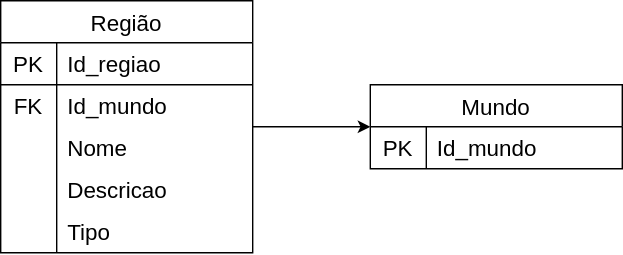
Above: docs/modulo_01/MER.drawio.svg in SBD1/2024.2-D-D-classico (draw.io), before the change. Source tidied: cells renumbered, new cells last; positions are measured from the earlier drawing's top-left corner, leaving out a move shared by most shapes. Its diagram source:
```xml
<mxGraphModel>
  <root>
    <mxCell id="0" />
    <mxCell id="1" parent="0" />
    <mxCell id="2" style="edgeStyle=orthogonalEdgeStyle;rounded=0;jettySize=auto;html=1;" parent="1" edge="1" source="7" target="3">
      <mxGeometry relative="1" as="geometry" />
    </mxCell>
    <mxCell id="3" value="Mundo" style="shape=table;startSize=30;rowLines=0;fontStyle=0;strokeColor=default;fontSize=16;" parent="1" vertex="1">
      <mxGeometry x="264" y="60" width="180" height="60" as="geometry" />
    </mxCell>
    <mxCell id="4" style="shape=tableRow;horizontal=0;startSize=0;swimlaneHead=0;swimlaneBody=0;top=0;left=0;bottom=0;right=0;fillColor=none;strokeColor=inherit;fontSize=16;" parent="3" vertex="1">
      <mxGeometry y="30" width="180" height="30" as="geometry" />
    </mxCell>
    <mxCell id="5" value="PK" style="shape=partialRectangle;html=1;whiteSpace=wrap;fillColor=none;top=0;left=0;bottom=0;right=0;overflow=hidden;strokeColor=inherit;fontSize=16;" parent="4" vertex="1">
      <mxGeometry width="40" height="30" as="geometry" />
    </mxCell>
    <mxCell id="6" value="Id_mundo" style="shape=partialRectangle;html=1;whiteSpace=wrap;fillColor=none;top=0;left=0;bottom=0;right=0;align=left;spacingLeft=6;overflow=hidden;strokeColor=inherit;fontSize=16;" parent="4" vertex="1">
      <mxGeometry x="40" width="140" height="30" as="geometry" />
    </mxCell>
    <mxCell id="7" value="Região" style="shape=table;startSize=30;rowLines=0;fontStyle=0;strokeColor=default;fontSize=16;" parent="1" vertex="1">
      <mxGeometry width="180" height="180" as="geometry" />
    </mxCell>
    <mxCell id="8" style="shape=tableRow;horizontal=0;startSize=0;swimlaneHead=0;swimlaneBody=0;top=0;left=0;bottom=0;right=0;fillColor=none;strokeColor=inherit;fontSize=16;" parent="7" vertex="1">
      <mxGeometry y="30" width="180" height="30" as="geometry" />
    </mxCell>
    <mxCell id="9" value="PK" style="shape=partialRectangle;html=1;whiteSpace=wrap;fillColor=none;top=0;left=0;bottom=0;right=0;overflow=hidden;strokeColor=default;fontSize=16;perimeterSpacing=1;" parent="8" vertex="1">
      <mxGeometry width="40" height="30" as="geometry" />
    </mxCell>
    <mxCell id="10" value="Id_regiao" style="shape=partialRectangle;html=1;whiteSpace=wrap;fillColor=none;top=0;left=0;bottom=0;right=0;align=left;spacingLeft=6;overflow=hidden;strokeColor=default;fontSize=16;perimeterSpacing=1;" parent="8" vertex="1">
      <mxGeometry x="40" width="140" height="30" as="geometry" />
    </mxCell>
    <mxCell id="11" style="shape=tableRow;horizontal=0;startSize=0;swimlaneHead=0;swimlaneBody=0;top=0;left=0;bottom=0;right=0;fillColor=none;strokeColor=inherit;fontSize=16;" parent="7" vertex="1">
      <mxGeometry y="60" width="180" height="30" as="geometry" />
    </mxCell>
    <mxCell id="12" value="FK" style="shape=partialRectangle;html=1;whiteSpace=wrap;fillColor=none;top=0;left=0;bottom=0;right=0;overflow=hidden;strokeColor=inherit;fontSize=16;" parent="11" vertex="1">
      <mxGeometry width="40" height="30" as="geometry" />
    </mxCell>
    <mxCell id="13" value="Id_mundo" style="shape=partialRectangle;html=1;whiteSpace=wrap;fillColor=none;top=0;left=0;bottom=0;right=0;align=left;spacingLeft=6;overflow=hidden;strokeColor=inherit;fontSize=16;" parent="11" vertex="1">
      <mxGeometry x="40" width="140" height="30" as="geometry" />
    </mxCell>
    <mxCell id="14" style="shape=tableRow;horizontal=0;startSize=0;swimlaneHead=0;swimlaneBody=0;top=0;left=0;bottom=0;right=0;fillColor=none;strokeColor=inherit;fontSize=16;" parent="7" vertex="1">
      <mxGeometry y="90" width="180" height="30" as="geometry" />
    </mxCell>
    <mxCell id="15" style="shape=partialRectangle;html=1;whiteSpace=wrap;fillColor=none;top=0;left=0;bottom=0;right=0;overflow=hidden;strokeColor=inherit;fontSize=16;" parent="14" vertex="1">
      <mxGeometry width="40" height="30" as="geometry" />
    </mxCell>
    <mxCell id="16" value="Nome" style="shape=partialRectangle;html=1;whiteSpace=wrap;fillColor=none;top=0;left=0;bottom=0;right=0;align=left;spacingLeft=6;overflow=hidden;strokeColor=inherit;fontSize=16;" parent="14" vertex="1">
      <mxGeometry x="40" width="140" height="30" as="geometry" />
    </mxCell>
    <mxCell id="17" style="shape=tableRow;horizontal=0;startSize=0;swimlaneHead=0;swimlaneBody=0;top=0;left=0;bottom=0;right=0;fillColor=none;strokeColor=inherit;fontSize=16;" parent="7" vertex="1">
      <mxGeometry y="120" width="180" height="30" as="geometry" />
    </mxCell>
    <mxCell id="18" style="shape=partialRectangle;html=1;whiteSpace=wrap;fillColor=none;top=0;left=0;bottom=0;right=0;overflow=hidden;strokeColor=inherit;fontSize=16;" parent="17" vertex="1">
      <mxGeometry width="40" height="30" as="geometry" />
    </mxCell>
    <mxCell id="19" value="Descricao" style="shape=partialRectangle;html=1;whiteSpace=wrap;fillColor=none;top=0;left=0;bottom=0;right=0;align=left;spacingLeft=6;overflow=hidden;strokeColor=inherit;fontSize=16;" parent="17" vertex="1">
      <mxGeometry x="40" width="140" height="30" as="geometry" />
    </mxCell>
    <mxCell id="20" style="shape=tableRow;horizontal=0;startSize=0;swimlaneHead=0;swimlaneBody=0;top=0;left=0;bottom=0;right=0;fillColor=none;strokeColor=inherit;fontSize=16;" parent="7" vertex="1">
      <mxGeometry y="150" width="180" height="30" as="geometry" />
    </mxCell>
    <mxCell id="21" style="shape=partialRectangle;html=1;whiteSpace=wrap;fillColor=none;top=0;left=0;bottom=0;right=0;overflow=hidden;strokeColor=inherit;fontSize=16;" parent="20" vertex="1">
      <mxGeometry width="40" height="30" as="geometry" />
    </mxCell>
    <mxCell id="22" value="Tipo" style="shape=partialRectangle;html=1;whiteSpace=wrap;fillColor=none;top=0;left=0;bottom=0;right=0;align=left;spacingLeft=6;overflow=hidden;strokeColor=inherit;fontSize=16;" parent="20" vertex="1">
      <mxGeometry x="40" width="140" height="30" as="geometry" />
    </mxCell>
    <mxCell id="23" style="line;strokeWidth=1;html=1;" parent="1" vertex="1">
      <mxGeometry y="55" width="180" height="10" as="geometry" />
    </mxCell>
  </root>
</mxGraphModel>
```
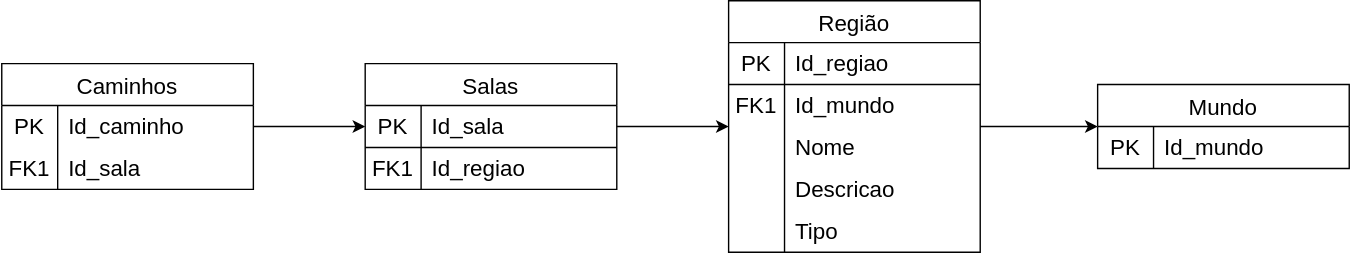
After the commit.

Commit message:
Adiciona tabelas do mundo ao MER.drawio.svg

Change to the diagram source:
```diff
@@ -17,6 +17,9 @@
     <mxCell id="6" value="Id_mundo" style="shape=partialRectangle;html=1;whiteSpace=wrap;fillColor=none;top=0;left=0;bottom=0;right=0;align=left;spacingLeft=6;overflow=hidden;strokeColor=inherit;fontSize=16;" parent="4" vertex="1">
       <mxGeometry x="40" width="140" height="30" as="geometry" />
     </mxCell>
+    <mxCell id="24" style="edgeStyle=orthogonalEdgeStyle;rounded=0;jettySize=auto;html=1;" parent="1" edge="1" source="26" target="7">
+      <mxGeometry relative="1" as="geometry" />
+    </mxCell>
     <mxCell id="7" value="Região" style="shape=table;startSize=30;rowLines=0;fontStyle=0;strokeColor=default;fontSize=16;" parent="1" vertex="1">
       <mxGeometry width="180" height="180" as="geometry" />
     </mxCell>
@@ -32,7 +35,7 @@
     <mxCell id="11" style="shape=tableRow;horizontal=0;startSize=0;swimlaneHead=0;swimlaneBody=0;top=0;left=0;bottom=0;right=0;fillColor=none;strokeColor=inherit;fontSize=16;" parent="7" vertex="1">
       <mxGeometry y="60" width="180" height="30" as="geometry" />
     </mxCell>
-    <mxCell id="12" value="FK" style="shape=partialRectangle;html=1;whiteSpace=wrap;fillColor=none;top=0;left=0;bottom=0;right=0;overflow=hidden;strokeColor=inherit;fontSize=16;" parent="11" vertex="1">
+    <mxCell id="12" value="FK1" style="shape=partialRectangle;html=1;whiteSpace=wrap;fillColor=none;top=0;left=0;bottom=0;right=0;overflow=hidden;strokeColor=inherit;fontSize=16;" parent="11" vertex="1">
       <mxGeometry width="40" height="30" as="geometry" />
     </mxCell>
     <mxCell id="13" value="Id_mundo" style="shape=partialRectangle;html=1;whiteSpace=wrap;fillColor=none;top=0;left=0;bottom=0;right=0;align=left;spacingLeft=6;overflow=hidden;strokeColor=inherit;fontSize=16;" parent="11" vertex="1">
@@ -68,5 +71,53 @@
     <mxCell id="23" style="line;strokeWidth=1;html=1;" parent="1" vertex="1">
       <mxGeometry y="55" width="180" height="10" as="geometry" />
     </mxCell>
+    <mxCell id="25" style="edgeStyle=orthogonalEdgeStyle;rounded=0;jettySize=auto;html=1;" parent="1" edge="1" source="34" target="26">
+      <mxGeometry relative="1" as="geometry" />
+    </mxCell>
+    <mxCell id="26" value="Salas" style="shape=table;startSize=30;rowLines=0;fontStyle=0;strokeColor=default;fontSize=16;" parent="1" vertex="1">
+      <mxGeometry x="-260" y="45" width="180" height="90" as="geometry" />
+    </mxCell>
+    <mxCell id="27" style="shape=tableRow;horizontal=0;startSize=0;swimlaneHead=0;swimlaneBody=0;top=0;left=0;bottom=0;right=0;fillColor=none;strokeColor=inherit;fontSize=16;" parent="26" vertex="1">
+      <mxGeometry y="30" width="180" height="30" as="geometry" />
+    </mxCell>
+    <mxCell id="28" value="PK" style="shape=partialRectangle;html=1;whiteSpace=wrap;fillColor=none;top=0;left=0;bottom=0;right=0;overflow=hidden;strokeColor=default;fontSize=16;perimeterSpacing=1;" parent="27" vertex="1">
+      <mxGeometry width="40" height="30" as="geometry" />
+    </mxCell>
+    <mxCell id="29" value="Id_sala" style="shape=partialRectangle;html=1;whiteSpace=wrap;fillColor=none;top=0;left=0;bottom=0;right=0;align=left;spacingLeft=6;overflow=hidden;strokeColor=default;fontSize=16;perimeterSpacing=1;" parent="27" vertex="1">
+      <mxGeometry x="40" width="140" height="30" as="geometry" />
+    </mxCell>
+    <mxCell id="30" style="shape=tableRow;horizontal=0;startSize=0;swimlaneHead=0;swimlaneBody=0;top=0;left=0;bottom=0;right=0;fillColor=none;strokeColor=inherit;fontSize=16;" parent="26" vertex="1">
+      <mxGeometry y="60" width="180" height="30" as="geometry" />
+    </mxCell>
+    <mxCell id="31" value="FK1" style="shape=partialRectangle;html=1;whiteSpace=wrap;fillColor=none;top=0;left=0;bottom=0;right=0;overflow=hidden;strokeColor=inherit;fontSize=16;" parent="30" vertex="1">
+      <mxGeometry width="40" height="30" as="geometry" />
+    </mxCell>
+    <mxCell id="32" value="Id_regiao" style="shape=partialRectangle;html=1;whiteSpace=wrap;fillColor=none;top=0;left=0;bottom=0;right=0;align=left;spacingLeft=6;overflow=hidden;strokeColor=inherit;fontSize=16;" parent="30" vertex="1">
+      <mxGeometry x="40" width="140" height="30" as="geometry" />
+    </mxCell>
+    <mxCell id="33" style="line;strokeWidth=1;html=1;" parent="1" vertex="1">
+      <mxGeometry x="-260" y="100" width="180" height="10" as="geometry" />
+    </mxCell>
+    <mxCell id="34" value="Caminhos" style="shape=table;startSize=30;rowLines=0;fontStyle=0;strokeColor=default;fontSize=16;" parent="1" vertex="1">
+      <mxGeometry x="-520" y="45" width="180" height="90" as="geometry" />
+    </mxCell>
+    <mxCell id="35" style="shape=tableRow;horizontal=0;startSize=0;swimlaneHead=0;swimlaneBody=0;top=0;left=0;bottom=0;right=0;fillColor=none;strokeColor=inherit;fontSize=16;" parent="34" vertex="1">
+      <mxGeometry y="30" width="180" height="30" as="geometry" />
+    </mxCell>
+    <mxCell id="36" value="PK" style="shape=partialRectangle;html=1;whiteSpace=wrap;fillColor=none;top=0;left=0;bottom=0;right=0;overflow=hidden;strokeColor=default;fontSize=16;perimeterSpacing=1;" parent="35" vertex="1">
+      <mxGeometry width="40" height="30" as="geometry" />
+    </mxCell>
+    <mxCell id="37" value="Id_caminho" style="shape=partialRectangle;html=1;whiteSpace=wrap;fillColor=none;top=0;left=0;bottom=0;right=0;align=left;spacingLeft=6;overflow=hidden;strokeColor=default;fontSize=16;perimeterSpacing=1;" parent="35" vertex="1">
+      <mxGeometry x="40" width="140" height="30" as="geometry" />
+    </mxCell>
+    <mxCell id="38" style="shape=tableRow;horizontal=0;startSize=0;swimlaneHead=0;swimlaneBody=0;top=0;left=0;bottom=0;right=0;fillColor=none;strokeColor=inherit;fontSize=16;" parent="34" vertex="1">
+      <mxGeometry y="60" width="180" height="30" as="geometry" />
+    </mxCell>
+    <mxCell id="39" value="FK1" style="shape=partialRectangle;html=1;whiteSpace=wrap;fillColor=none;top=0;left=0;bottom=0;right=0;overflow=hidden;strokeColor=inherit;fontSize=16;" parent="38" vertex="1">
+      <mxGeometry width="40" height="30" as="geometry" />
+    </mxCell>
+    <mxCell id="40" value="Id_sala" style="shape=partialRectangle;html=1;whiteSpace=wrap;fillColor=none;top=0;left=0;bottom=0;right=0;align=left;spacingLeft=6;overflow=hidden;strokeColor=inherit;fontSize=16;" parent="38" vertex="1">
+      <mxGeometry x="40" width="140" height="30" as="geometry" />
+    </mxCell>
   </root>
 </mxGraphModel>
```
